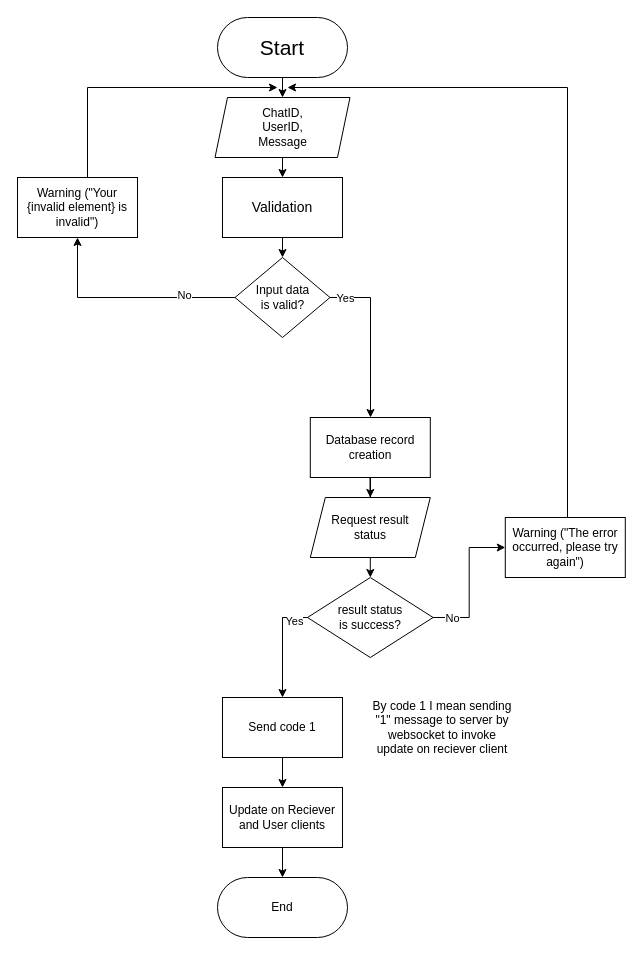
This is Flowcharts/Send Message/SendMessage.drawio from c0st1nus/Forum, a draw.io file, before an edit. Source tidied: cells renumbered, new cells numbered last; positions are measured from the earlier drawing's top-left corner, leaving out a move shared by most shapes. Both pictures are drawn from the tidied source at 100%, with x=0, y=0 at pixel (17, 17).
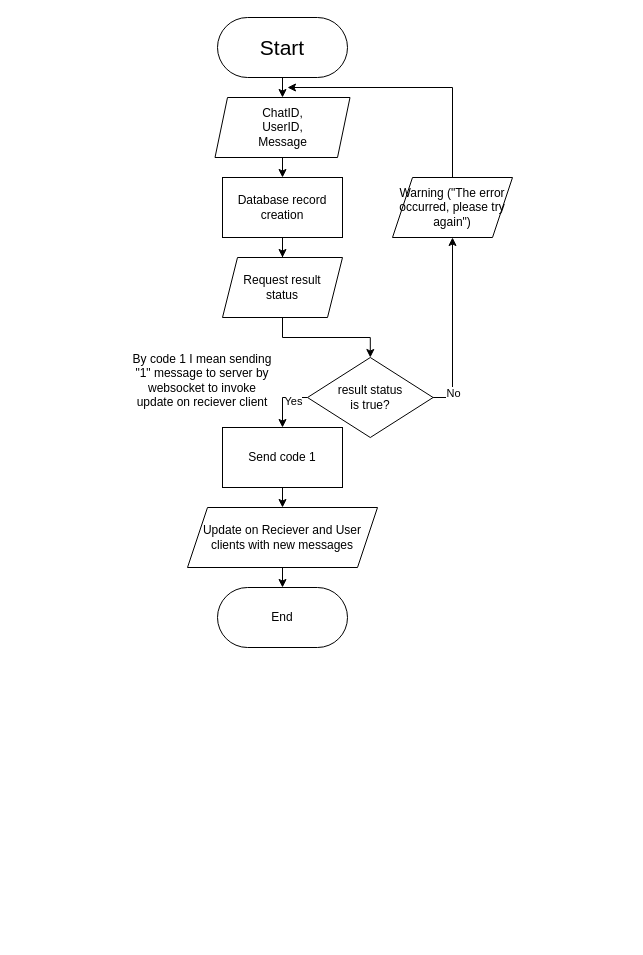
The same page after the edit.

Unchanged cells that the change refers to:
```xml
<mxCell id="5" value="&lt;div&gt;ChatID,&lt;/div&gt;&lt;div&gt;UserID,&lt;/div&gt;&lt;div&gt;Message&lt;br&gt;&lt;/div&gt;" style="shape=parallelogram;perimeter=parallelogramPerimeter;whiteSpace=wrap;html=1;fixedSize=1;size=12.5;" parent="1" vertex="1">
  <mxGeometry x="197.5" y="80" width="135" height="60" as="geometry" />
</mxCell>
```

The edit, as a diff of the source:
```diff
@@
-    <mxCell id="4" style="edgeStyle=orthogonalEdgeStyle;rounded=0;jettySize=auto;html=1;exitX=0.5;exitY=1;exitDx=0;exitDy=0;entryX=0.5;entryY=0;entryDx=0;entryDy=0;" parent="1" edge="1" source="5" target="7">
-      <mxGeometry relative="1" as="geometry" />
-    </mxCell>
+    <mxCell id="32" style="edgeStyle=orthogonalEdgeStyle;rounded=0;jettySize=auto;html=1;exitX=0.5;exitY=1;exitDx=0;exitDy=0;entryX=0.5;entryY=0;entryDx=0;entryDy=0;" parent="1" edge="1" source="5" target="16">
+      <mxGeometry relative="1" as="geometry" />
+    </mxCell>
@@
-    <mxCell id="6" style="edgeStyle=orthogonalEdgeStyle;rounded=0;jettySize=auto;html=1;exitX=0.5;exitY=1;exitDx=0;exitDy=0;entryX=0.5;entryY=0;entryDx=0;entryDy=0;" parent="1" edge="1" source="7" target="12">
-      <mxGeometry relative="1" as="geometry" />
+    <mxCell id="6" style="edgeStyle=orthogonalEdgeStyle;rounded=0;orthogonalLoop=1;jettySize=auto;html=1;exitX=0.5;exitY=1;exitDx=0;exitDy=0;entryX=0.5;entryY=0;entryDx=0;entryDy=0;" parent="1" edge="1">
+      <mxGeometry relative="1" as="geometry">
+        <mxPoint x="265" y="220" as="sourcePoint" />
+      </mxGeometry>
     </mxCell>
-    <mxCell id="7" value="&lt;font style=&quot;font-size: 14px;&quot;&gt;Validation&lt;br&gt;&lt;/font&gt;" style="whiteSpace=wrap;html=1;" parent="1" vertex="1">
-      <mxGeometry x="205" y="160" width="120" height="60" as="geometry" />
-    </mxCell>
-    <mxCell id="8" style="edgeStyle=orthogonalEdgeStyle;rounded=0;jettySize=auto;html=1;entryX=0.5;entryY=0;entryDx=0;entryDy=0;" parent="1" edge="1" source="12">
-      <mxGeometry relative="1" as="geometry">
-        <mxPoint x="353" y="400" as="targetPoint" />
-        <Array as="points">
-          <mxPoint x="353" y="280" />
-        </Array>
-      </mxGeometry>
-    </mxCell>
-    <mxCell id="9" value="&lt;div&gt;Yes&lt;/div&gt;" style="edgeLabel;html=1;align=center;verticalAlign=middle;" parent="8" vertex="1">
-      <mxGeometry x="-0.81" relative="1" as="geometry" />
-    </mxCell>
-    <mxCell id="10" style="edgeStyle=orthogonalEdgeStyle;rounded=0;jettySize=auto;html=1;" parent="1" edge="1" source="12" target="14">
-      <mxGeometry relative="1" as="geometry" />
-    </mxCell>
-    <mxCell id="11" value="&lt;div&gt;No&lt;/div&gt;" style="edgeLabel;html=1;align=center;verticalAlign=middle;" parent="10" vertex="1">
-      <mxGeometry x="-0.53" y="-3" relative="1" as="geometry" />
-    </mxCell>
-    <mxCell id="12" value="&lt;div&gt;Input data&lt;/div&gt;&lt;div&gt;is valid?&lt;br&gt;&lt;/div&gt;" style="rhombus;whiteSpace=wrap;html=1;" parent="1" vertex="1">
-      <mxGeometry x="217.5" y="240" width="95" height="80" as="geometry" />
-    </mxCell>
-    <mxCell id="13" style="edgeStyle=orthogonalEdgeStyle;rounded=0;jettySize=auto;html=1;" parent="1" edge="1" source="14">
-      <mxGeometry relative="1" as="geometry">
-        <mxPoint x="260" y="70" as="targetPoint" />
-        <Array as="points">
-          <mxPoint x="70" y="70" />
-        </Array>
-      </mxGeometry>
-    </mxCell>
-    <mxCell id="14" value="Warning (&quot;Your {invalid element} is invalid&quot;)" style="rounded=0;whiteSpace=wrap;html=1;" parent="1" vertex="1">
-      <mxGeometry y="160" width="120" height="60" as="geometry" />
-    </mxCell>
@@
     <mxCell id="16" value="Database record creation" style="whiteSpace=wrap;html=1;" parent="1" vertex="1">
-      <mxGeometry x="292.8" y="400" width="120" height="60" as="geometry" />
+      <mxGeometry x="205" y="160" width="120" height="60" as="geometry" />
     </mxCell>
@@
     <mxCell id="18" value="&lt;div&gt;Request result&lt;/div&gt;&lt;div&gt;status&lt;br&gt;&lt;/div&gt;" style="shape=parallelogram;perimeter=parallelogramPerimeter;whiteSpace=wrap;html=1;fixedSize=1;size=15;" parent="1" vertex="1">
-      <mxGeometry x="292.8" y="480" width="120" height="60" as="geometry" />
+      <mxGeometry x="205" y="240" width="120" height="60" as="geometry" />
     </mxCell>
-    <mxCell id="19" style="edgeStyle=orthogonalEdgeStyle;rounded=0;jettySize=auto;html=1;" parent="1" edge="1" source="23" target="25">
-      <mxGeometry relative="1" as="geometry" />
+    <mxCell id="19" style="edgeStyle=orthogonalEdgeStyle;rounded=0;jettySize=auto;html=1;entryX=0.5;entryY=1;entryDx=0;entryDy=0;" parent="1" edge="1" source="23" target="25">
+      <mxGeometry relative="1" as="geometry">
+        <Array as="points">
+          <mxPoint x="435" y="380" />
+        </Array>
+      </mxGeometry>
     </mxCell>
@@
-    <mxCell id="21" style="edgeStyle=orthogonalEdgeStyle;rounded=0;orthogonalLoop=1;jettySize=auto;html=1;entryX=0.5;entryY=0;entryDx=0;entryDy=0;" parent="1" edge="1">
+    <mxCell id="21" style="edgeStyle=orthogonalEdgeStyle;rounded=0;jettySize=auto;html=1;entryX=0.5;entryY=0;entryDx=0;entryDy=0;exitX=0;exitY=0.5;exitDx=0;exitDy=0;" parent="1" edge="1" source="23" target="27">
       <mxGeometry relative="1" as="geometry">
-        <mxPoint x="310" y="600" as="sourcePoint" />
-        <mxPoint x="265" y="680" as="targetPoint" />
         <Array as="points">
-          <mxPoint x="265" y="600" />
+          <mxPoint x="265" y="380" />
         </Array>
       </mxGeometry>
     </mxCell>
@@
-    <mxCell id="23" value="result status &lt;br&gt;is success?" style="rhombus;whiteSpace=wrap;html=1;" parent="1" vertex="1">
-      <mxGeometry x="290" y="560" width="125.6" height="80" as="geometry" />
+    <mxCell id="23" value="result status &lt;br&gt;is true?" style="rhombus;whiteSpace=wrap;html=1;" parent="1" vertex="1">
+      <mxGeometry x="290" y="340" width="125.6" height="80" as="geometry" />
     </mxCell>
-    <mxCell id="24" style="edgeStyle=orthogonalEdgeStyle;rounded=0;jettySize=auto;html=1;" parent="1" edge="1" source="25">
+    <mxCell id="24" style="edgeStyle=orthogonalEdgeStyle;rounded=0;jettySize=auto;html=1;exitX=0.5;exitY=0;exitDx=0;exitDy=0;" parent="1" edge="1" source="25">
       <mxGeometry relative="1" as="geometry">
         <mxPoint x="270" y="70" as="targetPoint" />
         <Array as="points">
-          <mxPoint x="550" y="70" />
+          <mxPoint x="435" y="70" />
         </Array>
       </mxGeometry>
     </mxCell>
-    <mxCell id="25" value="Warning (&quot;The error occurred, please try again&quot;)" style="rounded=0;whiteSpace=wrap;html=1;" parent="1" vertex="1">
-      <mxGeometry x="487.8" y="500" width="120" height="60" as="geometry" />
-    </mxCell>
-    <mxCell id="26" style="edgeStyle=orthogonalEdgeStyle;rounded=0;jettySize=auto;html=1;exitX=0.5;exitY=1;exitDx=0;exitDy=0;entryX=0.5;entryY=0;entryDx=0;entryDy=0;" parent="1" edge="1" source="27" target="31">
+    <mxCell id="26" style="edgeStyle=orthogonalEdgeStyle;rounded=0;jettySize=auto;html=1;exitX=0.5;exitY=1;exitDx=0;exitDy=0;entryX=0.5;entryY=0;entryDx=0;entryDy=0;" parent="1" edge="1" source="27" target="33">
       <mxGeometry relative="1" as="geometry" />
     </mxCell>
     <mxCell id="27" value="Send code 1" style="whiteSpace=wrap;html=1;" parent="1" vertex="1">
-      <mxGeometry x="205" y="680" width="120" height="60" as="geometry" />
+      <mxGeometry x="205" y="410" width="120" height="60" as="geometry" />
     </mxCell>
     <mxCell id="28" value="End" style="rounded=1;whiteSpace=wrap;html=1;glass=0;shadow=0;arcSize=50;" parent="1" vertex="1">
-      <mxGeometry x="200" y="860" width="130" height="60" as="geometry" />
+      <mxGeometry x="200" y="570" width="130" height="60" as="geometry" />
     </mxCell>
     <mxCell id="29" value="By code 1 I mean sending &quot;1&quot; message to server by websocket to invoke update on reciever client" style="text;html=1;align=center;verticalAlign=middle;whiteSpace=wrap;rounded=0;" parent="1" vertex="1">
-      <mxGeometry x="350" y="662.5" width="150" height="95" as="geometry" />
+      <mxGeometry x="110" y="315" width="150" height="95" as="geometry" />
     </mxCell>
-    <mxCell id="30" style="edgeStyle=orthogonalEdgeStyle;rounded=0;jettySize=auto;html=1;exitX=0.5;exitY=1;exitDx=0;exitDy=0;entryX=0.5;entryY=0;entryDx=0;entryDy=0;" parent="1" edge="1" source="31" target="28">
+    <mxCell id="30" style="edgeStyle=orthogonalEdgeStyle;rounded=0;jettySize=auto;html=1;exitX=0.5;exitY=1;exitDx=0;exitDy=0;entryX=0.5;entryY=0;entryDx=0;entryDy=0;" parent="1" edge="1" source="33" target="28">
       <mxGeometry relative="1" as="geometry" />
     </mxCell>
-    <mxCell id="31" value="Update on Reciever and User clients" style="whiteSpace=wrap;html=1;" parent="1" vertex="1">
-      <mxGeometry x="205" y="770" width="120" height="60" as="geometry" />
-    </mxCell>
+    <mxCell id="33" value="Update on Reciever and User clients with new messages" style="shape=parallelogram;perimeter=parallelogramPerimeter;whiteSpace=wrap;html=1;fixedSize=1;" parent="1" vertex="1">
+      <mxGeometry x="170" y="490" width="190" height="60" as="geometry" />
+    </mxCell>
+    <mxCell id="25" value="Warning (&quot;The error occurred, please try again&quot;)" style="shape=parallelogram;perimeter=parallelogramPerimeter;whiteSpace=wrap;html=1;fixedSize=1;" parent="1" vertex="1">
+      <mxGeometry x="375" y="160" width="120" height="60" as="geometry" />
+    </mxCell>
```
